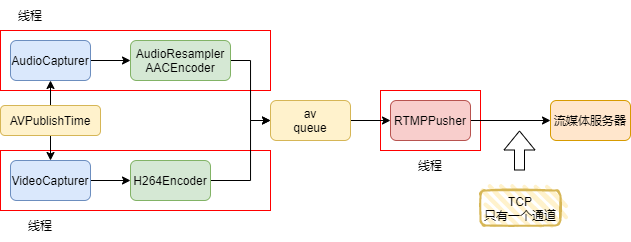
The draw.io diagram diagrams/音视频/流媒体服务器.drawio.png in suirane/assets, before a commit. Source tidied: cells renumbered, new cells last; positions are measured from the earlier drawing's top-left corner, leaving out a move shared by most shapes. Its diagram source:
```xml
<mxGraphModel background="#FFFFFF">
  <root>
    <mxCell id="0" />
    <mxCell id="1" parent="0" />
    <mxCell id="2" value="&lt;h1&gt;&lt;br&gt;&lt;/h1&gt;" style="text;html=1;strokeColor=#FF0000;fillColor=none;spacing=5;spacingTop=-20;whiteSpace=wrap;overflow=hidden;rounded=0;" parent="1" vertex="1">
      <mxGeometry x="380" y="90" width="100" height="60" as="geometry" />
    </mxCell>
    <mxCell id="3" value="&lt;h1&gt;&lt;br&gt;&lt;/h1&gt;" style="text;html=1;strokeColor=#FF0000;fillColor=none;spacing=5;spacingTop=-20;whiteSpace=wrap;overflow=hidden;rounded=0;" parent="1" vertex="1">
      <mxGeometry y="150" width="270" height="60" as="geometry" />
    </mxCell>
    <mxCell id="4" value="&lt;h1&gt;&lt;br&gt;&lt;/h1&gt;" style="text;html=1;strokeColor=#FF0000;fillColor=none;spacing=5;spacingTop=-20;whiteSpace=wrap;overflow=hidden;rounded=0;" parent="1" vertex="1">
      <mxGeometry y="30" width="270" height="60" as="geometry" />
    </mxCell>
    <mxCell id="5" style="edgeStyle=orthogonalEdgeStyle;rounded=0;jettySize=auto;html=1;exitX=1;exitY=0.5;exitDx=0;exitDy=0;" parent="1" edge="1" source="6" target="15">
      <mxGeometry relative="1" as="geometry" />
    </mxCell>
    <mxCell id="6" value="AudioCapturer" style="rounded=1;whiteSpace=wrap;html=1;fillColor=#dae8fc;strokeColor=#6c8ebf;" parent="1" vertex="1">
      <mxGeometry x="10" y="40" width="80" height="40" as="geometry" />
    </mxCell>
    <mxCell id="7" style="edgeStyle=orthogonalEdgeStyle;rounded=0;jettySize=auto;html=1;exitX=1;exitY=0.5;exitDx=0;exitDy=0;entryX=0;entryY=0.5;entryDx=0;entryDy=0;" parent="1" edge="1" source="8" target="13">
      <mxGeometry relative="1" as="geometry" />
    </mxCell>
    <mxCell id="8" value="VideoCapturer" style="rounded=1;whiteSpace=wrap;html=1;fillColor=#dae8fc;strokeColor=#6c8ebf;" parent="1" vertex="1">
      <mxGeometry x="10" y="160" width="80" height="40" as="geometry" />
    </mxCell>
    <mxCell id="9" style="edgeStyle=orthogonalEdgeStyle;rounded=0;jettySize=auto;html=1;exitX=0.5;exitY=0;exitDx=0;exitDy=0;entryX=0.5;entryY=1;entryDx=0;entryDy=0;" parent="1" edge="1" source="11" target="6">
      <mxGeometry relative="1" as="geometry" />
    </mxCell>
    <mxCell id="10" style="edgeStyle=orthogonalEdgeStyle;rounded=0;jettySize=auto;html=1;exitX=0.5;exitY=1;exitDx=0;exitDy=0;entryX=0.5;entryY=0;entryDx=0;entryDy=0;" parent="1" edge="1" source="11" target="8">
      <mxGeometry relative="1" as="geometry" />
    </mxCell>
    <mxCell id="11" value="AVPublishTime" style="rounded=1;whiteSpace=wrap;html=1;fillColor=#fff2cc;strokeColor=#d6b656;" parent="1" vertex="1">
      <mxGeometry y="105" width="100" height="30" as="geometry" />
    </mxCell>
    <mxCell id="12" style="edgeStyle=orthogonalEdgeStyle;rounded=0;jettySize=auto;html=1;exitX=1;exitY=0.5;exitDx=0;exitDy=0;" parent="1" edge="1" source="13">
      <mxGeometry relative="1" as="geometry">
        <mxPoint x="270" y="120" as="targetPoint" />
        <Array as="points">
          <mxPoint x="250" y="180" />
          <mxPoint x="250" y="120" />
        </Array>
      </mxGeometry>
    </mxCell>
    <mxCell id="13" value="H264Encoder" style="rounded=1;whiteSpace=wrap;html=1;fillColor=#d5e8d4;strokeColor=#82b366;" parent="1" vertex="1">
      <mxGeometry x="130" y="160" width="80" height="40" as="geometry" />
    </mxCell>
    <mxCell id="14" style="edgeStyle=orthogonalEdgeStyle;rounded=0;jettySize=auto;html=1;exitX=1;exitY=0.5;exitDx=0;exitDy=0;entryX=0;entryY=0.5;entryDx=0;entryDy=0;" parent="1" edge="1" source="15" target="17">
      <mxGeometry relative="1" as="geometry" />
    </mxCell>
    <mxCell id="15" value="AudioResampler&lt;br&gt;AACEncoder" style="rounded=1;whiteSpace=wrap;html=1;fillColor=#d5e8d4;strokeColor=#82b366;" parent="1" vertex="1">
      <mxGeometry x="130" y="40" width="100" height="40" as="geometry" />
    </mxCell>
    <mxCell id="16" style="edgeStyle=orthogonalEdgeStyle;rounded=0;jettySize=auto;html=1;exitX=1;exitY=0.5;exitDx=0;exitDy=0;entryX=0;entryY=0.5;entryDx=0;entryDy=0;" parent="1" edge="1" source="17" target="19">
      <mxGeometry relative="1" as="geometry" />
    </mxCell>
    <mxCell id="17" value="av&lt;br&gt;queue" style="rounded=1;whiteSpace=wrap;html=1;fillColor=#fff2cc;strokeColor=#d6b656;" parent="1" vertex="1">
      <mxGeometry x="270" y="100" width="80" height="40" as="geometry" />
    </mxCell>
    <mxCell id="18" style="edgeStyle=orthogonalEdgeStyle;rounded=0;jettySize=auto;html=1;exitX=1;exitY=0.5;exitDx=0;exitDy=0;entryX=0;entryY=0.5;entryDx=0;entryDy=0;" parent="1" edge="1" source="19" target="20">
      <mxGeometry relative="1" as="geometry" />
    </mxCell>
    <mxCell id="19" value="RTMPPusher" style="rounded=1;whiteSpace=wrap;html=1;fillColor=#f8cecc;strokeColor=#b85450;" parent="1" vertex="1">
      <mxGeometry x="390" y="100" width="80" height="40" as="geometry" />
    </mxCell>
    <mxCell id="20" value="流媒体服务器" style="rounded=1;whiteSpace=wrap;html=1;fillColor=#ffe6cc;strokeColor=#d79b00;" parent="1" vertex="1">
      <mxGeometry x="550" y="100" width="80" height="40" as="geometry" />
    </mxCell>
    <mxCell id="21" value="线程" style="text;html=1;strokeColor=none;fillColor=none;align=center;verticalAlign=middle;whiteSpace=wrap;rounded=0;" parent="1" vertex="1">
      <mxGeometry width="60" height="30" as="geometry" />
    </mxCell>
    <mxCell id="22" value="线程" style="text;html=1;strokeColor=none;fillColor=none;align=center;verticalAlign=middle;whiteSpace=wrap;rounded=0;" parent="1" vertex="1">
      <mxGeometry x="10" y="210" width="60" height="30" as="geometry" />
    </mxCell>
    <mxCell id="23" value="线程" style="text;html=1;strokeColor=none;fillColor=none;align=center;verticalAlign=middle;whiteSpace=wrap;rounded=0;" parent="1" vertex="1">
      <mxGeometry x="400" y="150" width="60" height="30" as="geometry" />
    </mxCell>
    <mxCell id="24" value="TCP&lt;br&gt;只有一个通道" style="rounded=1;whiteSpace=wrap;html=1;strokeWidth=2;fillWeight=4;hachureGap=8;hachureAngle=45;fillColor=#fff2cc;sketch=1;strokeColor=#d6b656;" parent="1" vertex="1">
      <mxGeometry x="480" y="190" width="80" height="35" as="geometry" />
    </mxCell>
    <mxCell id="25" style="shape=flexArrow;endArrow=classic;html=1;rounded=0;" parent="1" edge="1">
      <mxGeometry relative="1" as="geometry">
        <mxPoint x="519" y="170" as="sourcePoint" />
        <mxPoint x="519" y="130" as="targetPoint" />
      </mxGeometry>
    </mxCell>
  </root>
</mxGraphModel>
```
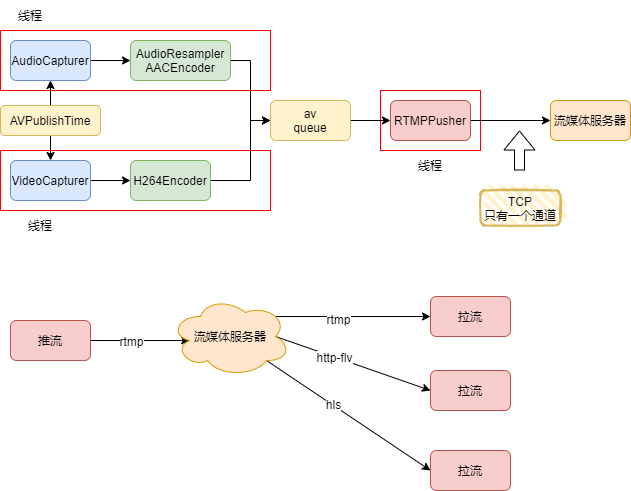
Above is the later version.

Commit message:
更新流媒体服务器.drawio.png

Diff of the diagram source:
```diff
@@ -83,5 +83,48 @@
         <mxPoint x="519" y="130" as="targetPoint" />
       </mxGeometry>
     </mxCell>
+    <mxCell id="26" style="rounded=0;jettySize=auto;html=1;exitX=1;exitY=0.5;exitDx=0;exitDy=0;entryX=0.16;entryY=0.55;entryDx=0;entryDy=0;entryPerimeter=0;" parent="1" edge="1" source="28" target="35">
+      <mxGeometry relative="1" as="geometry" />
+    </mxCell>
+    <mxCell id="27" value="rtmp" style="edgeLabel;html=1;align=center;verticalAlign=middle;" parent="26" vertex="1">
+      <mxGeometry x="-0.29" y="-3" relative="1" as="geometry">
+        <mxPoint x="5" y="-3" as="offset" />
+      </mxGeometry>
+    </mxCell>
+    <mxCell id="28" value="推流" style="rounded=1;whiteSpace=wrap;html=1;strokeColor=#b85450;fillColor=#f8cecc;" parent="1" vertex="1">
+      <mxGeometry x="10" y="320" width="80" height="40" as="geometry" />
+    </mxCell>
+    <mxCell id="29" style="edgeStyle=none;rounded=0;jettySize=auto;html=1;exitX=0.88;exitY=0.25;exitDx=0;exitDy=0;exitPerimeter=0;entryX=0;entryY=0.5;entryDx=0;entryDy=0;" parent="1" edge="1" source="35" target="38">
+      <mxGeometry relative="1" as="geometry" />
+    </mxCell>
+    <mxCell id="30" value="rtmp" style="edgeLabel;html=1;align=center;verticalAlign=middle;" parent="29" vertex="1">
+      <mxGeometry x="-0.19" y="-2" relative="1" as="geometry" />
+    </mxCell>
+    <mxCell id="31" style="edgeStyle=none;rounded=0;jettySize=auto;html=1;exitX=0.875;exitY=0.5;exitDx=0;exitDy=0;exitPerimeter=0;entryX=0;entryY=0.5;entryDx=0;entryDy=0;" parent="1" edge="1" source="35" target="36">
+      <mxGeometry relative="1" as="geometry" />
+    </mxCell>
+    <mxCell id="32" value="http-flv" style="edgeLabel;html=1;align=center;verticalAlign=middle;" parent="31" vertex="1">
+      <mxGeometry x="-0.24" y="1" relative="1" as="geometry">
+        <mxPoint y="1" as="offset" />
+      </mxGeometry>
+    </mxCell>
+    <mxCell id="33" style="edgeStyle=none;rounded=0;jettySize=auto;html=1;exitX=0.8;exitY=0.8;exitDx=0;exitDy=0;exitPerimeter=0;entryX=0;entryY=0.5;entryDx=0;entryDy=0;" parent="1" edge="1" source="35" target="37">
+      <mxGeometry relative="1" as="geometry" />
+    </mxCell>
+    <mxCell id="34" value="hls" style="edgeLabel;html=1;align=center;verticalAlign=middle;" parent="33" vertex="1">
+      <mxGeometry x="-0.19" y="1" relative="1" as="geometry" />
+    </mxCell>
+    <mxCell id="35" value="流媒体服务器" style="ellipse;shape=cloud;whiteSpace=wrap;html=1;strokeColor=#d79b00;fillColor=#ffe6cc;" parent="1" vertex="1">
+      <mxGeometry x="170" y="296" width="120" height="80" as="geometry" />
+    </mxCell>
+    <mxCell id="36" value="拉流" style="rounded=1;whiteSpace=wrap;html=1;strokeColor=#b85450;fillColor=#f8cecc;" parent="1" vertex="1">
+      <mxGeometry x="430" y="370" width="80" height="40" as="geometry" />
+    </mxCell>
+    <mxCell id="37" value="拉流" style="rounded=1;whiteSpace=wrap;html=1;strokeColor=#b85450;fillColor=#f8cecc;" parent="1" vertex="1">
+      <mxGeometry x="430" y="450" width="80" height="40" as="geometry" />
+    </mxCell>
+    <mxCell id="38" value="拉流" style="rounded=1;whiteSpace=wrap;html=1;strokeColor=#b85450;fillColor=#f8cecc;" parent="1" vertex="1">
+      <mxGeometry x="430" y="296" width="80" height="40" as="geometry" />
+    </mxCell>
   </root>
 </mxGraphModel>
```
